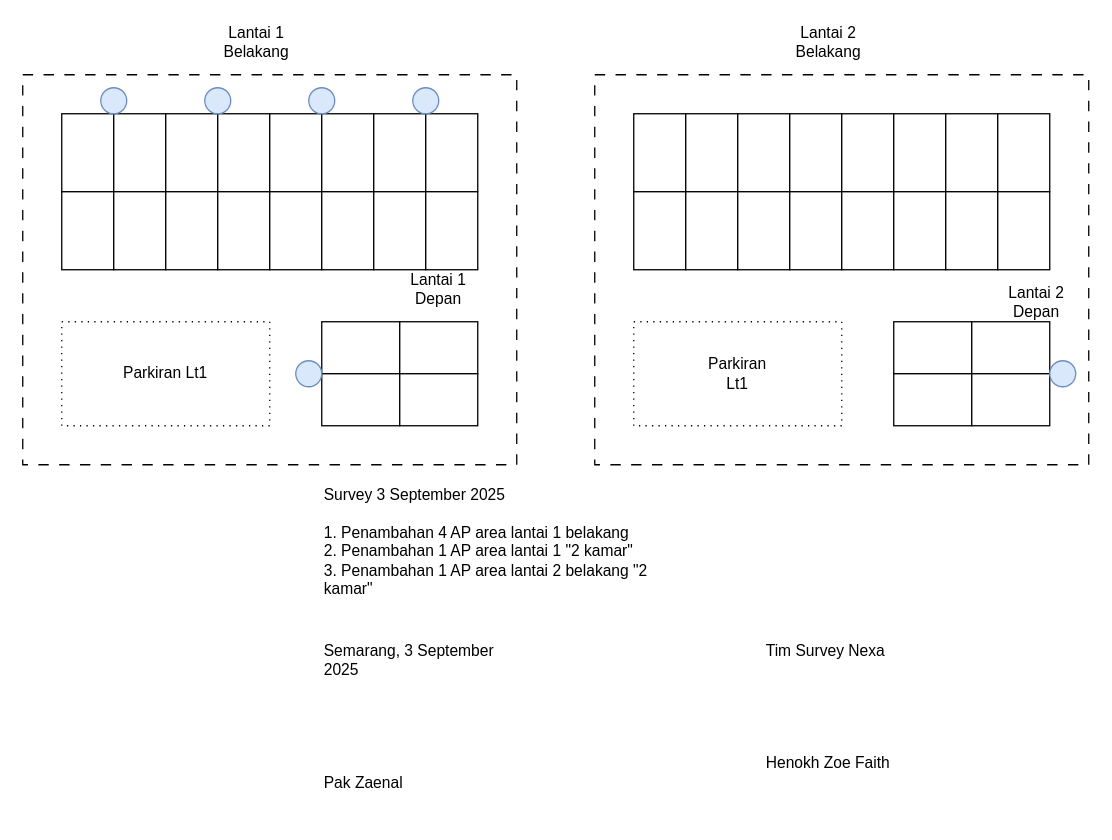
Above: Sekar Gading 1 Survey.drawio in hnkzf/topologi-site (draw.io), before the change. Source tidied: cells renumbered, new cells numbered last; positions are measured from the earlier drawing's top-left corner, leaving out a move shared by most shapes. Both pictures are drawn from the tidied source at 130%, with x=0, y=0 at pixel (22, 22).
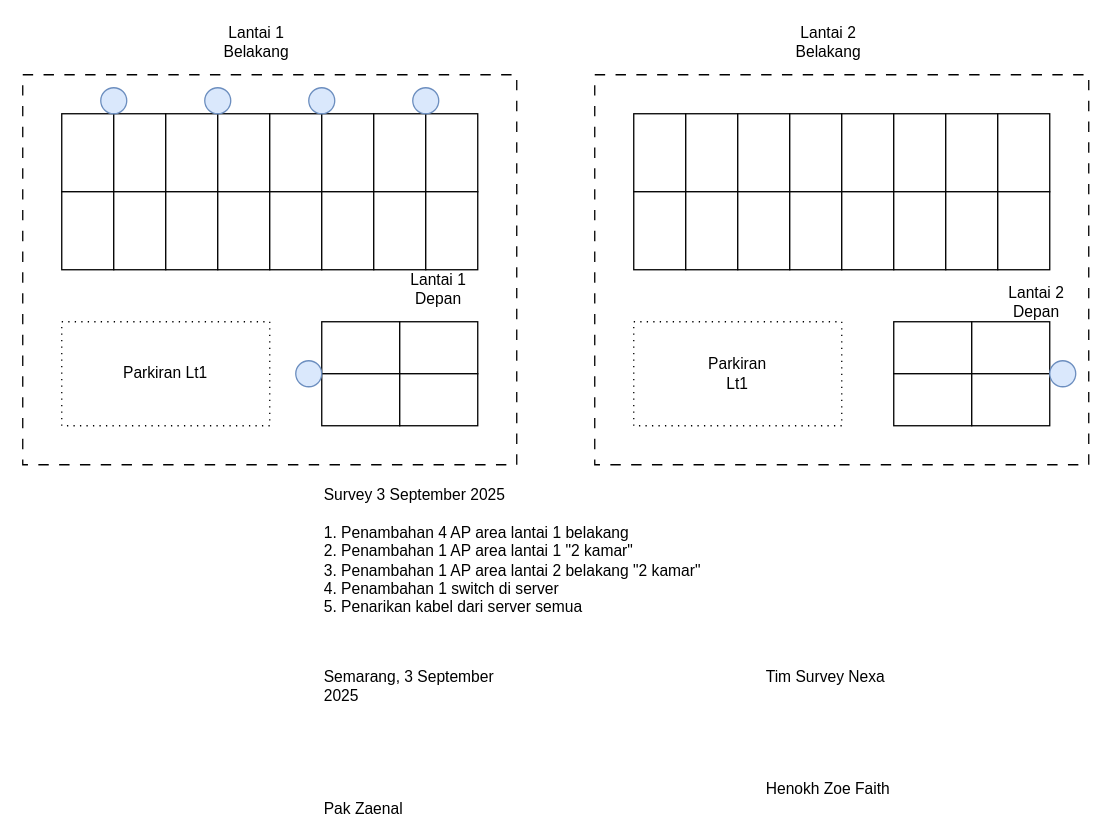
Above is the later version.

Change to the diagram source:
```diff
@@
-    <mxCell id="56" value="Survey 3 September 2025&lt;div&gt;&lt;br&gt;&lt;/div&gt;&lt;div&gt;1. Penambahan 4 AP area lantai 1 belakang&lt;/div&gt;&lt;div&gt;2. Penambahan 1 AP area lantai 1 &quot;2 kamar&quot;&lt;/div&gt;&lt;div&gt;3. Penambahan 1 AP area lantai 2 belakang &quot;2 kamar&quot;&lt;/div&gt;&lt;div&gt;&lt;br&gt;&lt;/div&gt;&lt;div&gt;&lt;br&gt;&lt;/div&gt;&lt;div&gt;&lt;br&gt;&lt;/div&gt;&lt;div&gt;&lt;br&gt;&lt;/div&gt;" style="text;html=1;align=left;verticalAlign=top;whiteSpace=wrap;rounded=0;fontFamily=Helvetica;fontSize=12;fontColor=default;" parent="1" vertex="1">
-      <mxGeometry x="230" y="350" width="290" height="90" as="geometry" />
+    <mxCell id="56" value="Survey 3 September 2025&lt;div&gt;&lt;br&gt;&lt;/div&gt;&lt;div&gt;1. Penambahan 4 AP area lantai 1 belakang&lt;/div&gt;&lt;div&gt;2. Penambahan 1 AP area lantai 1 &quot;2 kamar&quot;&lt;/div&gt;&lt;div&gt;3. Penambahan 1 AP area lantai 2 belakang &quot;2 kamar&quot;&lt;/div&gt;&lt;div&gt;4. Penambahan 1 switch di server&lt;/div&gt;&lt;div&gt;5. Penarikan kabel dari server semua&lt;/div&gt;&lt;div&gt;&lt;br&gt;&lt;/div&gt;&lt;div&gt;&lt;br&gt;&lt;/div&gt;" style="text;html=1;align=left;verticalAlign=top;whiteSpace=wrap;rounded=0;fontFamily=Helvetica;fontSize=12;fontColor=default;" parent="1" vertex="1">
+      <mxGeometry x="230" y="350" width="380" height="120" as="geometry" />
     </mxCell>
     <mxCell id="57" value="Tim Survey Nexa&lt;div&gt;&lt;br&gt;&lt;/div&gt;&lt;div&gt;&lt;br&gt;&lt;/div&gt;&lt;div&gt;&lt;br&gt;&lt;/div&gt;&lt;div&gt;&lt;br&gt;&lt;/div&gt;&lt;div&gt;&lt;br&gt;&lt;/div&gt;&lt;div&gt;Henokh Zoe Faith&lt;/div&gt;" style="text;html=1;align=left;verticalAlign=top;whiteSpace=wrap;rounded=0;fontFamily=Helvetica;fontSize=12;fontColor=default;" parent="1" vertex="1">
-      <mxGeometry x="570" y="470" width="120" height="110" as="geometry" />
+      <mxGeometry x="570" y="490" width="120" height="110" as="geometry" />
     </mxCell>
     <mxCell id="58" value="Semarang, 3 September 2025&lt;div&gt;&lt;br&gt;&lt;/div&gt;&lt;div&gt;&lt;br&gt;&lt;/div&gt;&lt;div&gt;&lt;br&gt;&lt;/div&gt;&lt;div&gt;&lt;br&gt;&lt;/div&gt;&lt;div&gt;&lt;br&gt;&lt;/div&gt;&lt;div&gt;Pak Zaenal&lt;/div&gt;" style="text;html=1;align=left;verticalAlign=top;whiteSpace=wrap;rounded=0;fontFamily=Helvetica;fontSize=12;fontColor=default;" parent="1" vertex="1">
-      <mxGeometry x="230" y="470" width="160" height="110" as="geometry" />
+      <mxGeometry x="230" y="490" width="160" height="110" as="geometry" />
     </mxCell>
```
